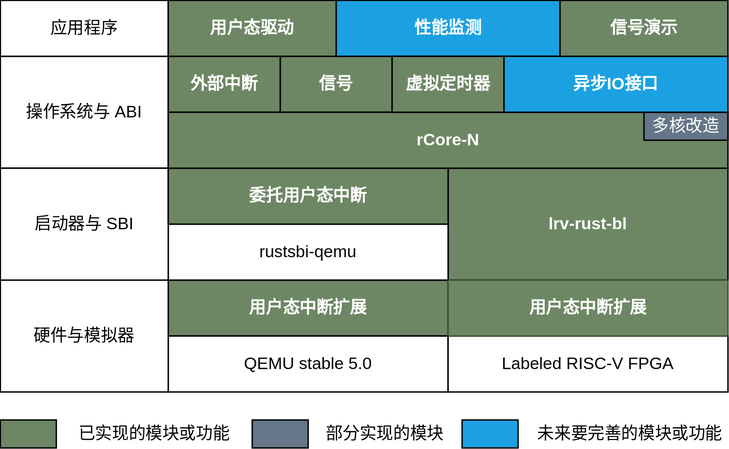
Before: assets/proj.svg, a diagram exported from draw.io (Gallium70/rv-n-ext-impl). Source tidied: cells renumbered, new cells last; positions are measured from the earlier drawing's top-left corner, leaving out a move shared by most shapes. The source it was exported from:
```xml
<mxGraphModel>
  <root>
    <mxCell id="0" style="html=1;" />
    <mxCell id="1" style="html=1;" parent="0" />
    <mxCell id="2" value="用户态中断扩展" style="rounded=0;whiteSpace=wrap;html=1;fillColor=#6d8764;fontColor=#ffffff;fontStyle=1;" parent="1" vertex="1">
      <mxGeometry x="120" y="200" width="200" height="40" as="geometry" />
    </mxCell>
    <mxCell id="3" value="信号" style="rounded=0;whiteSpace=wrap;html=1;fillColor=#6d8764;fontColor=#ffffff;fontStyle=1;" parent="1" vertex="1">
      <mxGeometry x="200" y="40" width="80" height="40" as="geometry" />
    </mxCell>
    <mxCell id="4" value="QEMU stable 5.0" style="rounded=0;whiteSpace=wrap;html=1;" parent="1" vertex="1">
      <mxGeometry x="120" y="240" width="200" height="40" as="geometry" />
    </mxCell>
    <mxCell id="5" value="Labeled RISC-V FPGA" style="rounded=0;whiteSpace=wrap;html=1;" parent="1" vertex="1">
      <mxGeometry x="320" y="240" width="200" height="40" as="geometry" />
    </mxCell>
    <mxCell id="6" value="lrv-rust-bl" style="rounded=0;whiteSpace=wrap;html=1;fillColor=#6d8764;fontColor=#ffffff;fontStyle=1;" parent="1" vertex="1">
      <mxGeometry x="320" y="120" width="200" height="80" as="geometry" />
    </mxCell>
    <mxCell id="7" value="rustsbi-qemu" style="rounded=0;whiteSpace=wrap;html=1;" parent="1" vertex="1">
      <mxGeometry x="120" y="160" width="200" height="40" as="geometry" />
    </mxCell>
    <mxCell id="8" value="性能监测" style="rounded=0;whiteSpace=wrap;html=1;fillColor=#1ba1e2;fontStyle=1;fontColor=#ffffff;" parent="1" vertex="1">
      <mxGeometry x="240" width="160" height="40" as="geometry" />
    </mxCell>
    <mxCell id="9" style="endArrow=none;html=1;exitX=0;exitY=1;exitDx=0;exitDy=0;entryX=0;entryY=0;entryDx=0;entryDy=0;" parent="1" edge="1" source="3" target="3">
      <mxGeometry relative="1" as="geometry" />
    </mxCell>
    <mxCell id="10" value="硬件与模拟器" style="rounded=0;whiteSpace=wrap;html=1;" parent="1" vertex="1">
      <mxGeometry y="200" width="120" height="80" as="geometry" />
    </mxCell>
    <mxCell id="11" value="操作系统与 ABI" style="rounded=0;whiteSpace=wrap;html=1;" parent="1" vertex="1">
      <mxGeometry y="40" width="120" height="80" as="geometry" />
    </mxCell>
    <mxCell id="12" value="启动器与 SBI" style="rounded=0;whiteSpace=wrap;html=1;" parent="1" vertex="1">
      <mxGeometry y="120" width="120" height="80" as="geometry" />
    </mxCell>
    <mxCell id="13" value="应用程序" style="rounded=0;whiteSpace=wrap;html=1;" parent="1" vertex="1">
      <mxGeometry width="120" height="40" as="geometry" />
    </mxCell>
    <mxCell id="14" value="委托用户态中断" style="rounded=0;whiteSpace=wrap;html=1;fillColor=#6d8764;fontColor=#ffffff;fontStyle=1;" parent="1" vertex="1">
      <mxGeometry x="120" y="120" width="200" height="40" as="geometry" />
    </mxCell>
    <mxCell id="15" style="rounded=0;whiteSpace=wrap;html=1;fillColor=#6d8764;fontColor=#ffffff;" parent="1" vertex="1">
      <mxGeometry y="300" width="40" height="20" as="geometry" />
    </mxCell>
    <mxCell id="16" value="已实现的模块或功能" style="text;html=1;strokeColor=none;fillColor=none;align=center;verticalAlign=middle;whiteSpace=wrap;rounded=0;" parent="1" vertex="1">
      <mxGeometry x="50" y="300" width="120" height="20" as="geometry" />
    </mxCell>
    <mxCell id="17" style="rounded=0;whiteSpace=wrap;html=1;fillColor=#647687;fontColor=#ffffff;" parent="1" vertex="1">
      <mxGeometry x="180" y="300" width="40" height="20" as="geometry" />
    </mxCell>
    <mxCell id="18" value="部分实现的模块" style="text;html=1;strokeColor=none;fillColor=none;align=center;verticalAlign=middle;whiteSpace=wrap;rounded=0;" parent="1" vertex="1">
      <mxGeometry x="230" y="300" width="90" height="20" as="geometry" />
    </mxCell>
    <mxCell id="19" style="rounded=0;whiteSpace=wrap;html=1;fillColor=#1ba1e2;fontColor=#ffffff;" parent="1" vertex="1">
      <mxGeometry x="330" y="300" width="40" height="20" as="geometry" />
    </mxCell>
    <mxCell id="20" value="未来要完善的模块或功能" style="text;html=1;strokeColor=none;fillColor=none;align=center;verticalAlign=middle;whiteSpace=wrap;rounded=0;" parent="1" vertex="1">
      <mxGeometry x="380" y="300" width="140" height="20" as="geometry" />
    </mxCell>
    <mxCell id="21" value="用户态中断扩展" style="rounded=0;whiteSpace=wrap;html=1;fillColor=#6d8764;fontColor=#ffffff;fontStyle=1;strokeColor=#3A5431;" parent="1" vertex="1">
      <mxGeometry x="320" y="200" width="200" height="40" as="geometry" />
    </mxCell>
    <mxCell id="22" value="外部中断" style="rounded=0;whiteSpace=wrap;html=1;fillColor=#6d8764;fontColor=#ffffff;fontStyle=1;" parent="1" vertex="1">
      <mxGeometry x="120" y="40" width="80" height="40" as="geometry" />
    </mxCell>
    <mxCell id="23" value="rCore-N" style="rounded=0;whiteSpace=wrap;html=1;fillColor=#6d8764;fontColor=#ffffff;fontStyle=1;" parent="1" vertex="1">
      <mxGeometry x="120" y="80" width="400" height="40" as="geometry" />
    </mxCell>
    <mxCell id="24" value="多核改造" style="rounded=0;whiteSpace=wrap;html=1;fillColor=#647687;fontColor=#ffffff;" parent="1" vertex="1">
      <mxGeometry x="460" y="80" width="60" height="20" as="geometry" />
    </mxCell>
    <mxCell id="25" value="虚拟定时器" style="rounded=0;whiteSpace=wrap;html=1;fillColor=#6d8764;fontColor=#ffffff;fontStyle=1;" parent="1" vertex="1">
      <mxGeometry x="280" y="40" width="80" height="40" as="geometry" />
    </mxCell>
    <mxCell id="26" value="异步IO接口" style="rounded=0;whiteSpace=wrap;html=1;fillColor=#1ba1e2;fontStyle=1;fontColor=#ffffff;" parent="1" vertex="1">
      <mxGeometry x="360" y="40" width="160" height="40" as="geometry" />
    </mxCell>
    <mxCell id="27" value="用户态驱动" style="rounded=0;whiteSpace=wrap;html=1;fillColor=#6d8764;fontColor=#ffffff;fontStyle=1;" parent="1" vertex="1">
      <mxGeometry x="120" width="120" height="40" as="geometry" />
    </mxCell>
    <mxCell id="28" value="信号演示" style="rounded=0;whiteSpace=wrap;html=1;fillColor=#6d8764;fontColor=#ffffff;fontStyle=1;" parent="1" vertex="1">
      <mxGeometry x="400" width="120" height="40" as="geometry" />
    </mxCell>
  </root>
</mxGraphModel>
```
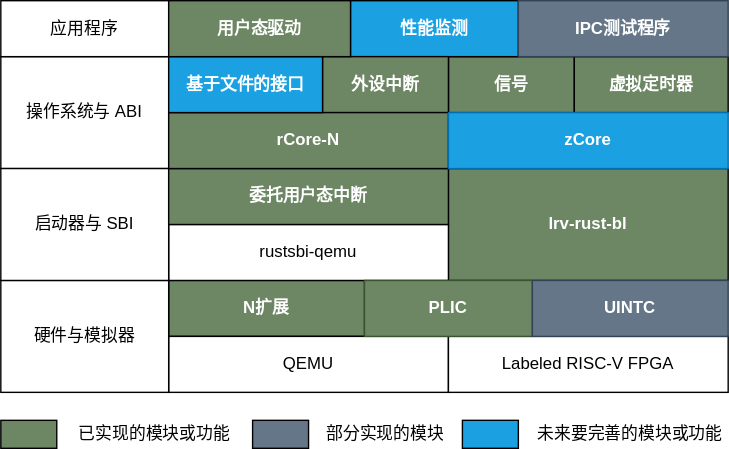
After the commit.

Diff of the diagram source:
```diff
@@ -2,13 +2,13 @@
   <root>
     <mxCell id="0" style="html=1;" />
     <mxCell id="1" style="html=1;" parent="0" />
-    <mxCell id="2" value="用户态中断扩展" style="rounded=0;whiteSpace=wrap;html=1;fillColor=#6d8764;fontColor=#ffffff;fontStyle=1;" parent="1" vertex="1">
-      <mxGeometry x="120" y="200" width="200" height="40" as="geometry" />
+    <mxCell id="2" value="N扩展" style="rounded=0;whiteSpace=wrap;html=1;fillColor=#6d8764;fontColor=#ffffff;fontStyle=1;" parent="1" vertex="1">
+      <mxGeometry x="120" y="200" width="140" height="40" as="geometry" />
     </mxCell>
     <mxCell id="3" value="信号" style="rounded=0;whiteSpace=wrap;html=1;fillColor=#6d8764;fontColor=#ffffff;fontStyle=1;" parent="1" vertex="1">
-      <mxGeometry x="200" y="40" width="80" height="40" as="geometry" />
+      <mxGeometry x="320" y="40" width="90" height="40" as="geometry" />
     </mxCell>
-    <mxCell id="4" value="QEMU stable 5.0" style="rounded=0;whiteSpace=wrap;html=1;" parent="1" vertex="1">
+    <mxCell id="4" value="QEMU" style="rounded=0;whiteSpace=wrap;html=1;" parent="1" vertex="1">
       <mxGeometry x="120" y="240" width="200" height="40" as="geometry" />
     </mxCell>
     <mxCell id="5" value="Labeled RISC-V FPGA" style="rounded=0;whiteSpace=wrap;html=1;" parent="1" vertex="1">
@@ -21,7 +21,7 @@
       <mxGeometry x="120" y="160" width="200" height="40" as="geometry" />
     </mxCell>
     <mxCell id="8" value="性能监测" style="rounded=0;whiteSpace=wrap;html=1;fillColor=#1ba1e2;fontStyle=1;fontColor=#ffffff;" parent="1" vertex="1">
-      <mxGeometry x="240" width="160" height="40" as="geometry" />
+      <mxGeometry x="250" width="120" height="40" as="geometry" />
     </mxCell>
     <mxCell id="9" style="endArrow=none;html=1;exitX=0;exitY=1;exitDx=0;exitDy=0;entryX=0;entryY=0;entryDx=0;entryDy=0;" parent="1" edge="1" source="3" target="3">
       <mxGeometry relative="1" as="geometry" />
@@ -59,29 +59,32 @@
     <mxCell id="20" value="未来要完善的模块或功能" style="text;html=1;strokeColor=none;fillColor=none;align=center;verticalAlign=middle;whiteSpace=wrap;rounded=0;" parent="1" vertex="1">
       <mxGeometry x="380" y="300" width="140" height="20" as="geometry" />
     </mxCell>
-    <mxCell id="21" value="用户态中断扩展" style="rounded=0;whiteSpace=wrap;html=1;fillColor=#6d8764;fontColor=#ffffff;fontStyle=1;strokeColor=#3A5431;" parent="1" vertex="1">
-      <mxGeometry x="320" y="200" width="200" height="40" as="geometry" />
+    <mxCell id="21" value="PLIC" style="rounded=0;whiteSpace=wrap;html=1;fillColor=#6d8764;fontColor=#ffffff;fontStyle=1;strokeColor=#3A5431;" parent="1" vertex="1">
+      <mxGeometry x="260" y="200" width="120" height="40" as="geometry" />
     </mxCell>
-    <mxCell id="22" value="外部中断" style="rounded=0;whiteSpace=wrap;html=1;fillColor=#6d8764;fontColor=#ffffff;fontStyle=1;" parent="1" vertex="1">
-      <mxGeometry x="120" y="40" width="80" height="40" as="geometry" />
+    <mxCell id="22" value="外设中断" style="rounded=0;whiteSpace=wrap;html=1;fillColor=#6d8764;fontColor=#ffffff;fontStyle=1;" parent="1" vertex="1">
+      <mxGeometry x="230" y="40" width="90" height="40" as="geometry" />
     </mxCell>
     <mxCell id="23" value="rCore-N" style="rounded=0;whiteSpace=wrap;html=1;fillColor=#6d8764;fontColor=#ffffff;fontStyle=1;" parent="1" vertex="1">
-      <mxGeometry x="120" y="80" width="400" height="40" as="geometry" />
+      <mxGeometry x="120" y="80" width="200" height="40" as="geometry" />
     </mxCell>
-    <mxCell id="24" value="多核改造" style="rounded=0;whiteSpace=wrap;html=1;fillColor=#647687;fontColor=#ffffff;" parent="1" vertex="1">
-      <mxGeometry x="460" y="80" width="60" height="20" as="geometry" />
-    </mxCell>
     <mxCell id="25" value="虚拟定时器" style="rounded=0;whiteSpace=wrap;html=1;fillColor=#6d8764;fontColor=#ffffff;fontStyle=1;" parent="1" vertex="1">
-      <mxGeometry x="280" y="40" width="80" height="40" as="geometry" />
+      <mxGeometry x="410" y="40" width="110" height="40" as="geometry" />
     </mxCell>
-    <mxCell id="26" value="异步IO接口" style="rounded=0;whiteSpace=wrap;html=1;fillColor=#1ba1e2;fontStyle=1;fontColor=#ffffff;" parent="1" vertex="1">
-      <mxGeometry x="360" y="40" width="160" height="40" as="geometry" />
+    <mxCell id="26" value="基于文件的接口" style="rounded=0;whiteSpace=wrap;html=1;fillColor=#1ba1e2;fontStyle=1;fontColor=#ffffff;" parent="1" vertex="1">
+      <mxGeometry x="120" y="40" width="110" height="40" as="geometry" />
     </mxCell>
     <mxCell id="27" value="用户态驱动" style="rounded=0;whiteSpace=wrap;html=1;fillColor=#6d8764;fontColor=#ffffff;fontStyle=1;" parent="1" vertex="1">
-      <mxGeometry x="120" width="120" height="40" as="geometry" />
+      <mxGeometry x="120" width="130" height="40" as="geometry" />
     </mxCell>
-    <mxCell id="28" value="信号演示" style="rounded=0;whiteSpace=wrap;html=1;fillColor=#6d8764;fontColor=#ffffff;fontStyle=1;" parent="1" vertex="1">
-      <mxGeometry x="400" width="120" height="40" as="geometry" />
+    <mxCell id="28" value="IPC测试程序" style="rounded=0;whiteSpace=wrap;html=1;fillColor=#647687;fontColor=#ffffff;fontStyle=1;strokeColor=#314354;" parent="1" vertex="1">
+      <mxGeometry x="370" width="150" height="40" as="geometry" />
     </mxCell>
+    <mxCell id="29" value="zCore" style="rounded=0;whiteSpace=wrap;html=1;fillColor=#1ba1e2;fontStyle=1;strokeColor=#006EAF;fontColor=#ffffff;" parent="1" vertex="1">
+      <mxGeometry x="320" y="80" width="200" height="40" as="geometry" />
+    </mxCell>
+    <mxCell id="30" value="UINTC" style="rounded=0;whiteSpace=wrap;html=1;fillColor=#647687;fontStyle=1;strokeColor=#314354;fontColor=#ffffff;" parent="1" vertex="1">
+      <mxGeometry x="380" y="200" width="140" height="40" as="geometry" />
+    </mxCell>
   </root>
 </mxGraphModel>
```
